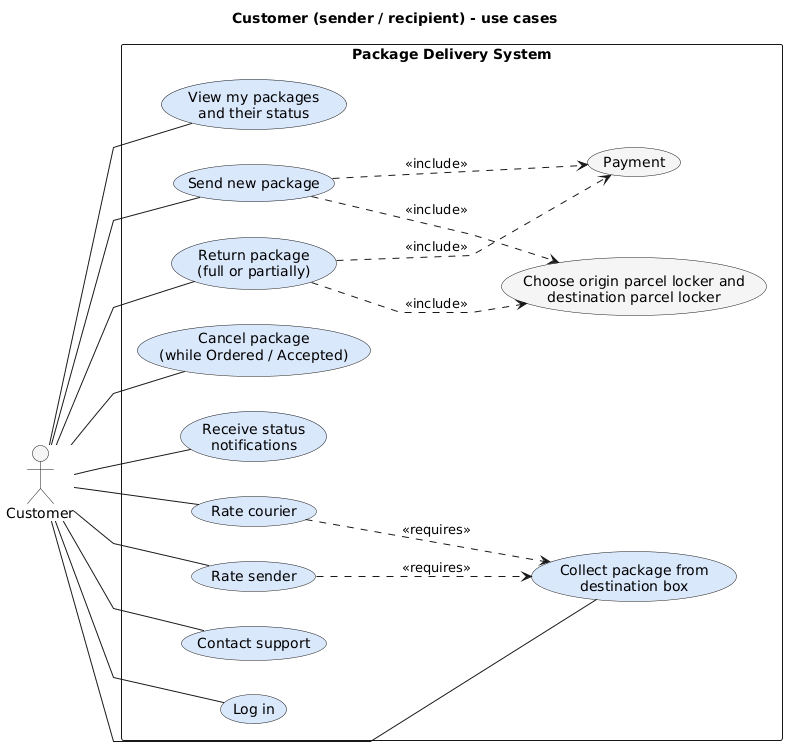
Earlier version of the PlantUML export krzycha/docs/nowe/use-case/Customer.png (AGH-ISI-projects/package-management).
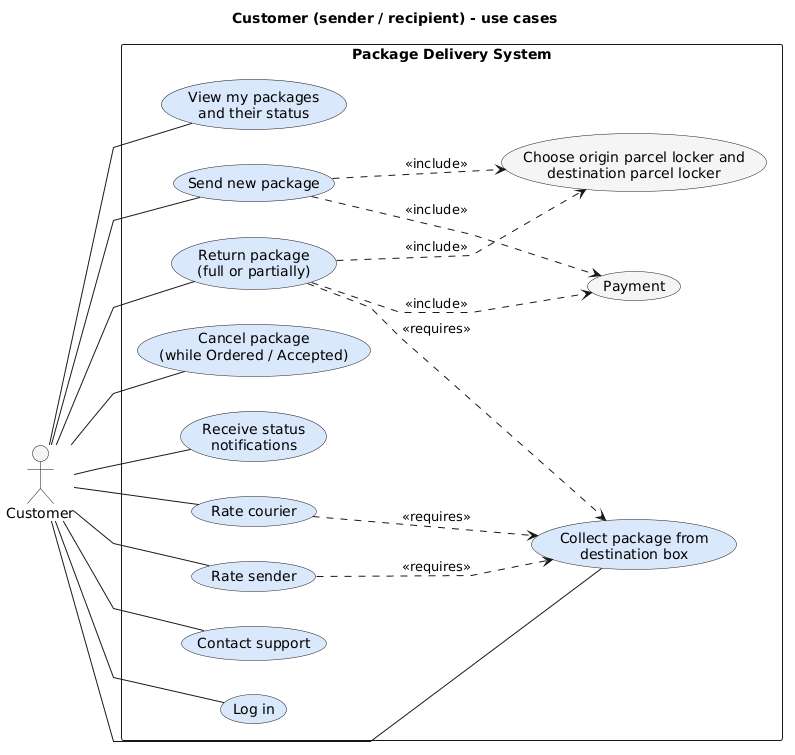
The same file after the commit.

Commit message:
missed line

Diff of the diagram source:
```diff
@@ -41,4 +41,5 @@
 UC12 ..> UC11 : <<include>>
 UC6 ..> UC4 : <<requires>>
 UC7 ..> UC4 : <<requires>>
+UC12 ..> UC4 : <<requires>>
 @enduml
```
